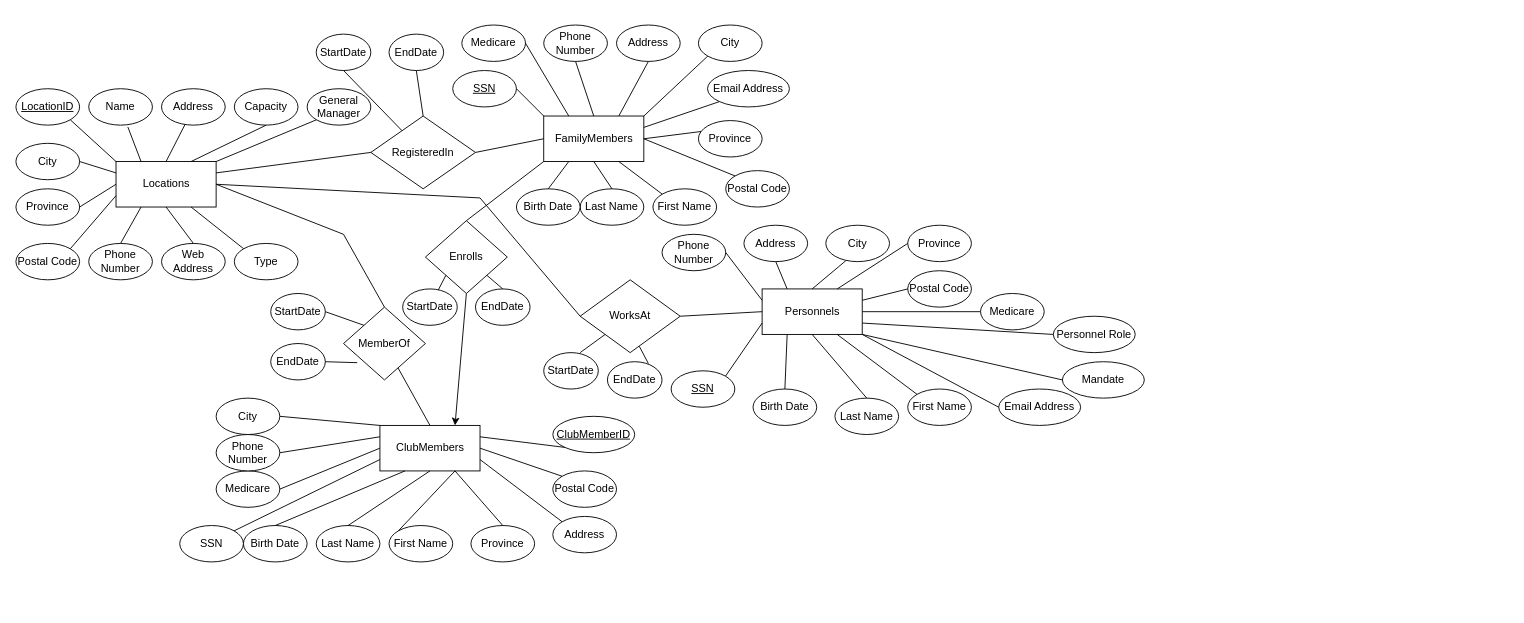
Siri2K/Club-membership keeps this draw.io diagram as ERDiagram.drawio. Above is the earlier version. Source tidied: cells renumbered, new cells numbered last; positions are measured from the earlier drawing's top-left corner, leaving out a move shared by most shapes. Both pictures are drawn from the tidied source at 91%, with x=0, y=0 at pixel (15, 25).
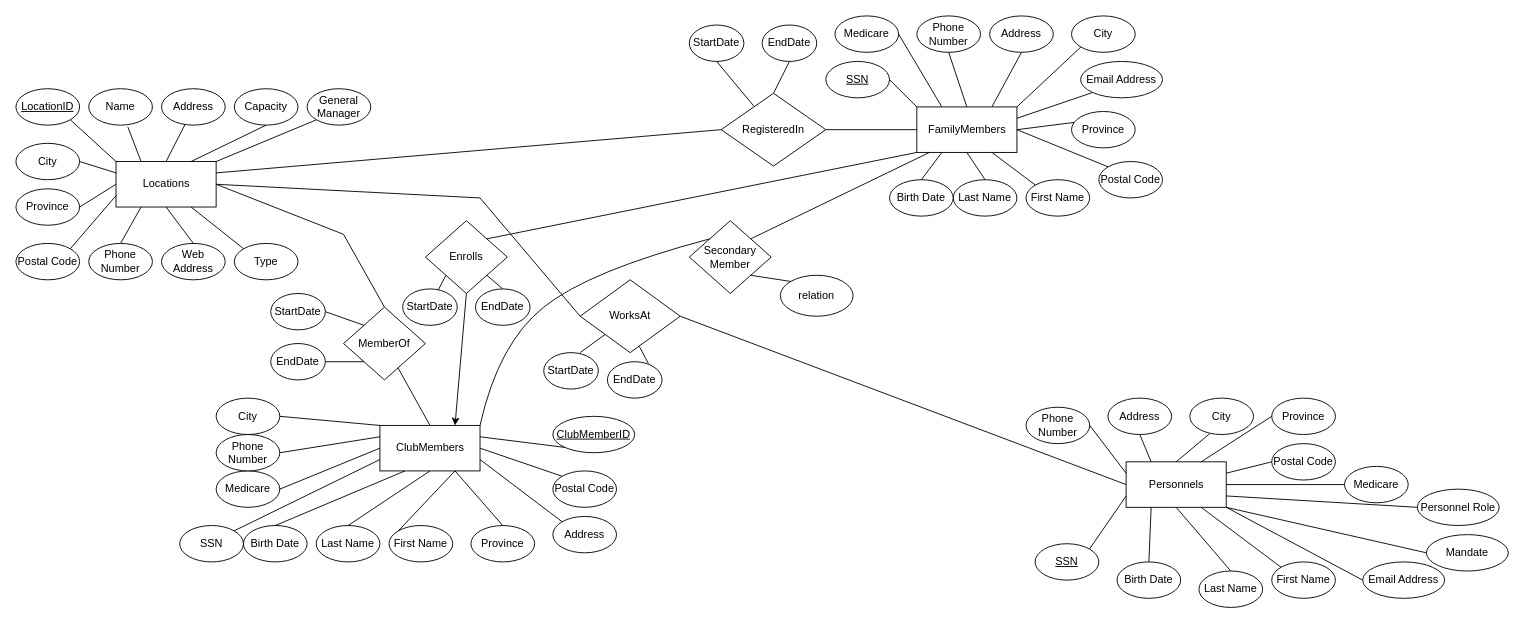
Above is the later version.

Commit message (it also covers changes not shown here):
Added secondary family table, changed E/R diagram a bit, added triggers and constraints

Unchanged cells that the change refers to:
```xml
<mxCell id="25" value="ClubMembers" style="html=1;" parent="1" vertex="1">
  <mxGeometry x="400" y="440" width="110" height="50" as="geometry" />
</mxCell>
<mxCell id="98" value="MemberOf" style="rhombus;whiteSpace=wrap;html=1;" parent="1" vertex="1">
  <mxGeometry x="360" y="310" width="90" height="80" as="geometry" />
</mxCell>
<mxCell id="100" value="Enrolls" style="rhombus;whiteSpace=wrap;html=1;" parent="1" vertex="1">
  <mxGeometry x="450" y="215" width="90" height="80" as="geometry" />
</mxCell>
<mxCell id="115" value="EndDate" style="ellipse;whiteSpace=wrap;html=1;" parent="1" vertex="1">
  <mxGeometry x="280" y="350" width="60" height="40" as="geometry" />
</mxCell>
```

Diff of the diagram source:
```diff
@@
     <mxCell id="48" value="FamilyMembers" style="html=1;" parent="1" vertex="1">
-      <mxGeometry x="580" y="100" width="110" height="50" as="geometry" />
+      <mxGeometry x="990" y="90" width="110" height="50" as="geometry" />
     </mxCell>
     <mxCell id="49" value="City" style="ellipse;whiteSpace=wrap;html=1;" parent="1" vertex="1">
-      <mxGeometry x="750" width="70" height="40" as="geometry" />
+      <mxGeometry x="1160" y="-10" width="70" height="40" as="geometry" />
     </mxCell>
     <mxCell id="50" value="First Name" style="ellipse;whiteSpace=wrap;html=1;" parent="1" vertex="1">
-      <mxGeometry x="700" y="180" width="70" height="40" as="geometry" />
+      <mxGeometry x="1110" y="170" width="70" height="40" as="geometry" />
     </mxCell>
     <mxCell id="51" value="Last Name" style="ellipse;whiteSpace=wrap;html=1;" parent="1" vertex="1">
-      <mxGeometry x="620" y="180" width="70" height="40" as="geometry" />
+      <mxGeometry x="1030" y="170" width="70" height="40" as="geometry" />
     </mxCell>
     <mxCell id="52" value="Birth Date" style="ellipse;whiteSpace=wrap;html=1;" parent="1" vertex="1">
-      <mxGeometry x="550" y="180" width="70" height="40" as="geometry" />
+      <mxGeometry x="960" y="170" width="70" height="40" as="geometry" />
     </mxCell>
     <mxCell id="53" value="&lt;u&gt;SSN&lt;/u&gt;" style="ellipse;whiteSpace=wrap;html=1;" parent="1" vertex="1">
-      <mxGeometry x="480" y="50" width="70" height="40" as="geometry" />
+      <mxGeometry x="890" y="40" width="70" height="40" as="geometry" />
     </mxCell>
     <mxCell id="54" value="Medicare" style="ellipse;whiteSpace=wrap;html=1;" parent="1" vertex="1">
-      <mxGeometry x="490" width="70" height="40" as="geometry" />
+      <mxGeometry x="900" y="-10" width="70" height="40" as="geometry" />
     </mxCell>
     <mxCell id="55" value="Phone Number" style="ellipse;whiteSpace=wrap;html=1;" parent="1" vertex="1">
-      <mxGeometry x="580" width="70" height="40" as="geometry" />
+      <mxGeometry x="990" y="-10" width="70" height="40" as="geometry" />
     </mxCell>
     <mxCell id="56" value="Address" style="ellipse;whiteSpace=wrap;html=1;" parent="1" vertex="1">
-      <mxGeometry x="660" width="70" height="40" as="geometry" />
+      <mxGeometry x="1070" y="-10" width="70" height="40" as="geometry" />
     </mxCell>
     <mxCell id="57" value="Province" style="ellipse;whiteSpace=wrap;html=1;" parent="1" vertex="1">
-      <mxGeometry x="750" y="105" width="70" height="40" as="geometry" />
+      <mxGeometry x="1160" y="95" width="70" height="40" as="geometry" />
     </mxCell>
     <mxCell id="58" value="Email Address" style="ellipse;whiteSpace=wrap;html=1;" parent="1" vertex="1">
-      <mxGeometry x="760" y="50" width="90" height="40" as="geometry" />
+      <mxGeometry x="1170" y="40" width="90" height="40" as="geometry" />
     </mxCell>
     <mxCell id="59" value="Postal Code" style="ellipse;whiteSpace=wrap;html=1;" parent="1" vertex="1">
-      <mxGeometry x="780" y="160" width="70" height="40" as="geometry" />
+      <mxGeometry x="1190" y="150" width="70" height="40" as="geometry" />
     </mxCell>
     <mxCell id="60" style="endArrow=none;html=1;rounded=0;exitX=0;exitY=1;exitDx=0;exitDy=0;" parent="1" edge="1" source="49">
       <mxGeometry relative="1" as="geometry">
-        <mxPoint x="690" y="100" as="targetPoint" />
+        <mxPoint x="1100" y="90" as="targetPoint" />
       </mxGeometry>
     </mxCell>
@@
     <mxCell id="71" value="Personnels" style="html=1;" parent="1" vertex="1">
-      <mxGeometry x="820" y="290" width="110" height="50" as="geometry" />
+      <mxGeometry x="1220" y="480" width="110" height="50" as="geometry" />
     </mxCell>
     <mxCell id="72" value="City" style="ellipse;whiteSpace=wrap;html=1;" parent="1" vertex="1">
-      <mxGeometry x="890" y="220" width="70" height="40" as="geometry" />
+      <mxGeometry x="1290" y="410" width="70" height="40" as="geometry" />
     </mxCell>
     <mxCell id="73" value="First Name" style="ellipse;whiteSpace=wrap;html=1;" parent="1" vertex="1">
-      <mxGeometry x="980" y="400" width="70" height="40" as="geometry" />
+      <mxGeometry x="1380" y="590" width="70" height="40" as="geometry" />
     </mxCell>
     <mxCell id="74" value="Last Name" style="ellipse;whiteSpace=wrap;html=1;" parent="1" vertex="1">
-      <mxGeometry x="900" y="410" width="70" height="40" as="geometry" />
+      <mxGeometry x="1300" y="600" width="70" height="40" as="geometry" />
     </mxCell>
     <mxCell id="75" value="Birth Date" style="ellipse;whiteSpace=wrap;html=1;" parent="1" vertex="1">
-      <mxGeometry x="810" y="400" width="70" height="40" as="geometry" />
+      <mxGeometry x="1210" y="590" width="70" height="40" as="geometry" />
     </mxCell>
     <mxCell id="76" value="&lt;u&gt;SSN&lt;/u&gt;" style="ellipse;whiteSpace=wrap;html=1;" parent="1" vertex="1">
-      <mxGeometry x="720" y="380" width="70" height="40" as="geometry" />
+      <mxGeometry x="1120" y="570" width="70" height="40" as="geometry" />
     </mxCell>
     <mxCell id="77" value="Medicare" style="ellipse;whiteSpace=wrap;html=1;" parent="1" vertex="1">
-      <mxGeometry x="1060" y="295" width="70" height="40" as="geometry" />
+      <mxGeometry x="1460" y="485" width="70" height="40" as="geometry" />
     </mxCell>
     <mxCell id="78" value="Phone Number" style="ellipse;whiteSpace=wrap;html=1;" parent="1" vertex="1">
-      <mxGeometry x="710" y="230" width="70" height="40" as="geometry" />
+      <mxGeometry x="1110" y="420" width="70" height="40" as="geometry" />
     </mxCell>
     <mxCell id="79" value="Address" style="ellipse;whiteSpace=wrap;html=1;" parent="1" vertex="1">
-      <mxGeometry x="800" y="220" width="70" height="40" as="geometry" />
+      <mxGeometry x="1200" y="410" width="70" height="40" as="geometry" />
     </mxCell>
     <mxCell id="80" value="Province" style="ellipse;whiteSpace=wrap;html=1;" parent="1" vertex="1">
-      <mxGeometry x="980" y="220" width="70" height="40" as="geometry" />
+      <mxGeometry x="1380" y="410" width="70" height="40" as="geometry" />
     </mxCell>
     <mxCell id="81" value="Email Address" style="ellipse;whiteSpace=wrap;html=1;" parent="1" vertex="1">
-      <mxGeometry x="1080" y="400" width="90" height="40" as="geometry" />
+      <mxGeometry x="1480" y="590" width="90" height="40" as="geometry" />
     </mxCell>
     <mxCell id="82" value="Postal Code" style="ellipse;whiteSpace=wrap;html=1;" parent="1" vertex="1">
-      <mxGeometry x="980" y="270" width="70" height="40" as="geometry" />
+      <mxGeometry x="1380" y="460" width="70" height="40" as="geometry" />
     </mxCell>
@@
     <mxCell id="94" value="Personnel Role" style="ellipse;whiteSpace=wrap;html=1;" parent="1" vertex="1">
-      <mxGeometry x="1140" y="320" width="90" height="40" as="geometry" />
+      <mxGeometry x="1540" y="510" width="90" height="40" as="geometry" />
     </mxCell>
@@
     <mxCell id="96" value="Mandate" style="ellipse;whiteSpace=wrap;html=1;" parent="1" vertex="1">
-      <mxGeometry x="1150" y="370" width="90" height="40" as="geometry" />
+      <mxGeometry x="1550" y="560" width="90" height="40" as="geometry" />
     </mxCell>
@@
     <mxCell id="101" value="RegisteredIn" style="rhombus;whiteSpace=wrap;html=1;" parent="1" vertex="1">
-      <mxGeometry x="390" y="100" width="115" height="80" as="geometry" />
+      <mxGeometry x="775" y="75" width="115" height="80" as="geometry" />
     </mxCell>
@@
-    <mxCell id="106" style="endArrow=none;html=1;rounded=0;entryX=0;entryY=1;entryDx=0;entryDy=0;exitX=0.5;exitY=0;exitDx=0;exitDy=0;" parent="1" edge="1" source="100" target="48">
+    <mxCell id="106" style="endArrow=none;html=1;rounded=0;entryX=0;entryY=1;entryDx=0;entryDy=0;exitX=1;exitY=0;exitDx=0;exitDy=0;" parent="1" edge="1" source="100" target="48">
       <mxGeometry relative="1" as="geometry" />
     </mxCell>
@@
     <mxCell id="110" value="StartDate" style="ellipse;whiteSpace=wrap;html=1;" parent="1" vertex="1">
-      <mxGeometry x="330" y="10" width="60" height="40" as="geometry" />
+      <mxGeometry x="740" width="60" height="40" as="geometry" />
     </mxCell>
@@
     <mxCell id="112" value="EndDate" style="ellipse;whiteSpace=wrap;html=1;" parent="1" vertex="1">
-      <mxGeometry x="410" y="10" width="60" height="40" as="geometry" />
+      <mxGeometry x="820" width="60" height="40" as="geometry" />
     </mxCell>
@@
-    <mxCell id="121" style="endArrow=none;html=1;rounded=0;entryX=0.167;entryY=0.763;entryDx=0;entryDy=0;entryPerimeter=0;exitX=1;exitY=0.5;exitDx=0;exitDy=0;" parent="1" edge="1" source="115" target="98">
+    <mxCell id="121" style="endArrow=none;html=1;rounded=0;entryX=0;entryY=1;entryDx=0;entryDy=0;exitX=1;exitY=0.5;exitDx=0;exitDy=0;" parent="1" edge="1" source="115" target="98">
       <mxGeometry relative="1" as="geometry" />
     </mxCell>
@@
+    <mxCell id="126" value="Secondary Member" style="rhombus;whiteSpace=wrap;html=1;" parent="1" vertex="1">
+      <mxGeometry x="740" y="215" width="90" height="80" as="geometry" />
+    </mxCell>
+    <mxCell id="127" style="endArrow=none;html=1;rounded=0;fontSize=12;startSize=8;endSize=8;curved=1;entryX=0.127;entryY=1;entryDx=0;entryDy=0;exitX=1;exitY=0;exitDx=0;exitDy=0;entryPerimeter=0;" parent="1" edge="1" source="126" target="48">
+      <mxGeometry relative="1" as="geometry" />
+    </mxCell>
+    <mxCell id="128" style="endArrow=none;html=1;rounded=0;fontSize=12;startSize=8;endSize=8;curved=1;entryX=0;entryY=0;entryDx=0;entryDy=0;exitX=1;exitY=0;exitDx=0;exitDy=0;" parent="1" edge="1" source="25" target="126">
+      <mxGeometry relative="1" as="geometry">
+        <Array as="points">
+          <mxPoint x="530" y="350" />
+          <mxPoint x="630" y="270" />
+        </Array>
+      </mxGeometry>
+    </mxCell>
+    <mxCell id="129" value="relation" style="ellipse;whiteSpace=wrap;html=1;" parent="1" vertex="1">
+      <mxGeometry x="840" y="275" width="80" height="45" as="geometry" />
+    </mxCell>
+    <mxCell id="130" style="endArrow=none;html=1;rounded=0;fontSize=12;startSize=8;endSize=8;curved=1;entryX=1;entryY=1;entryDx=0;entryDy=0;exitX=0;exitY=0;exitDx=0;exitDy=0;" parent="1" edge="1" source="129" target="126">
+      <mxGeometry relative="1" as="geometry" />
+    </mxCell>
```
